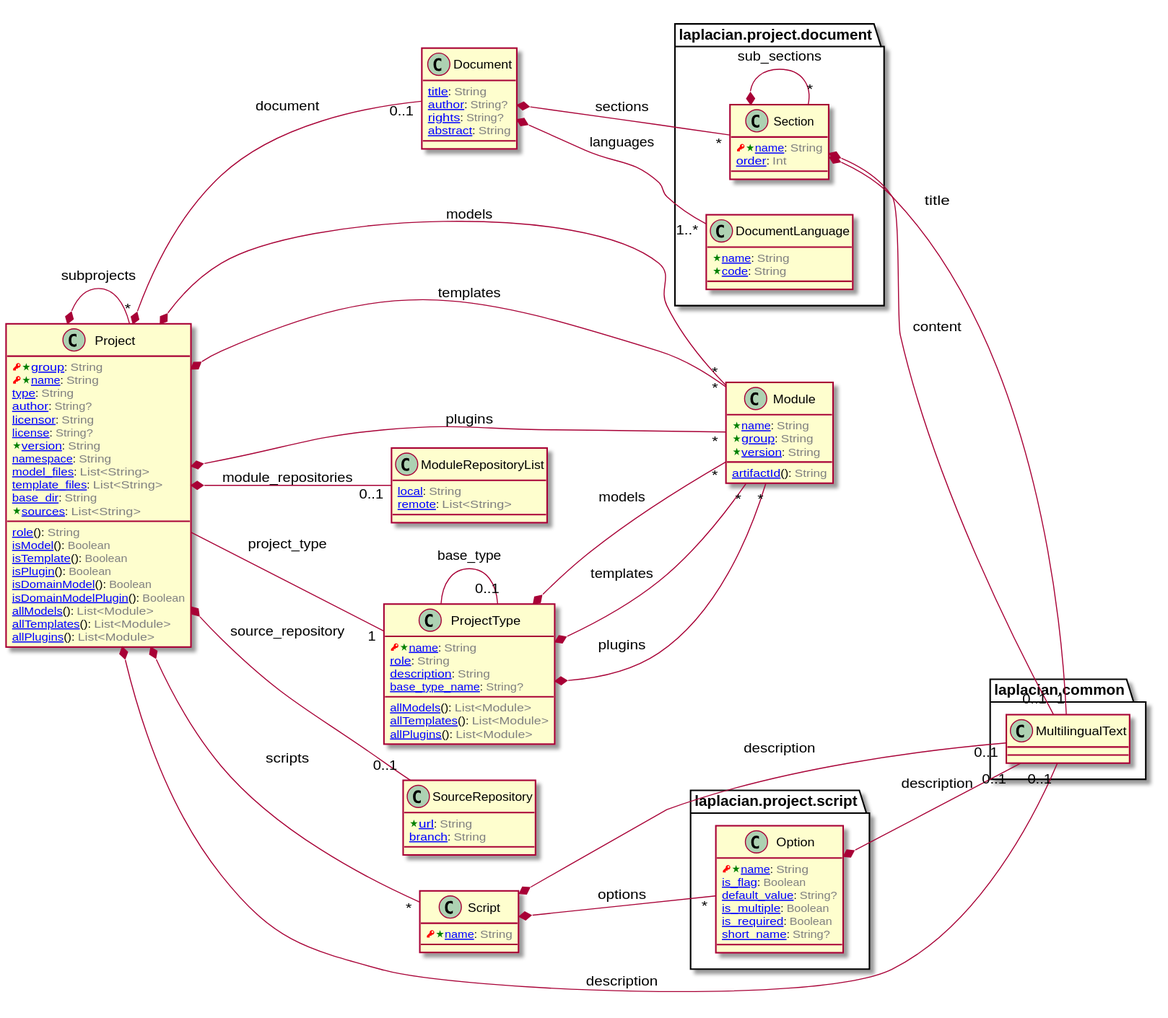
This is doc/image/model-diagram.svg from laplacian-core/project.domain-model, a PlantUML export, as it was before one commit.
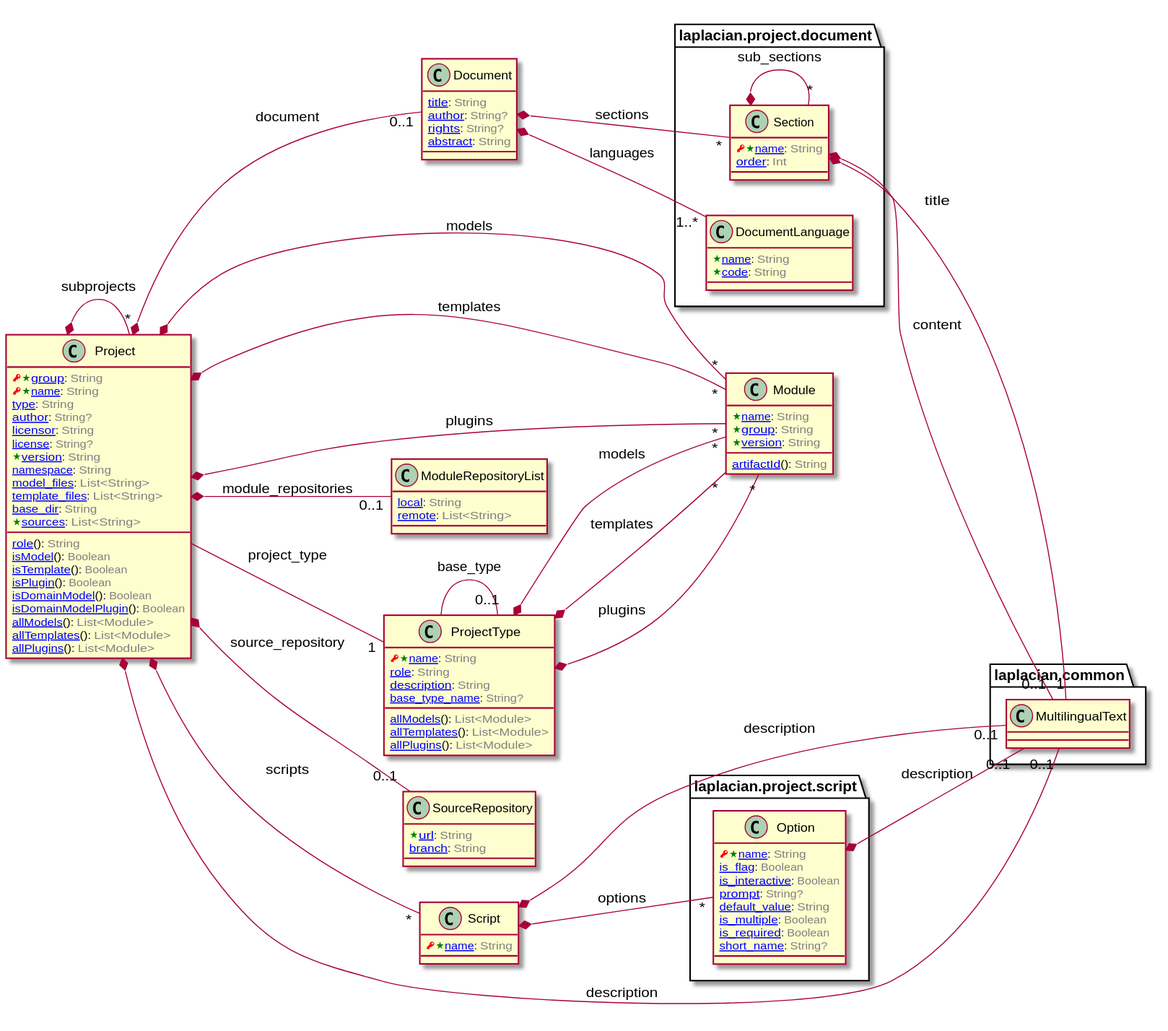
Later version of the same file.

What changed in the source:
```diff
@@ -278,7 +278,9 @@
 class Option [[/blob/master/doc/entities/Option.md]] {
   <color:RED><&key></color><color:Green><&star></color>[[/blob/master/doc/entities/Option.md#name-string name]]: <color:GRAY>String</color>
   [[/blob/master/doc/entities/Option.md#is_flag-boolean is_flag]]: <color:GRAY>Boolean</color>
-  [[/blob/master/doc/entities/Option.md#default_value-string default_value]]: <color:GRAY>String?</color>
+  [[/blob/master/doc/entities/Option.md#is_interactive-boolean is_interactive]]: <color:GRAY>Boolean</color>
+  [[/blob/master/doc/entities/Option.md#prompt-string prompt]]: <color:GRAY>String?</color>
+  [[/blob/master/doc/entities/Option.md#default_value-string default_value]]: <color:GRAY>String</color>
   [[/blob/master/doc/entities/Option.md#is_multiple-boolean is_multiple]]: <color:GRAY>Boolean</color>
   [[/blob/master/doc/entities/Option.md#is_required-boolean is_required]]: <color:GRAY>Boolean</color>
   [[/blob/master/doc/entities/Option.md#short_name-string short_name]]: <color:GRAY>String?</color>
```
